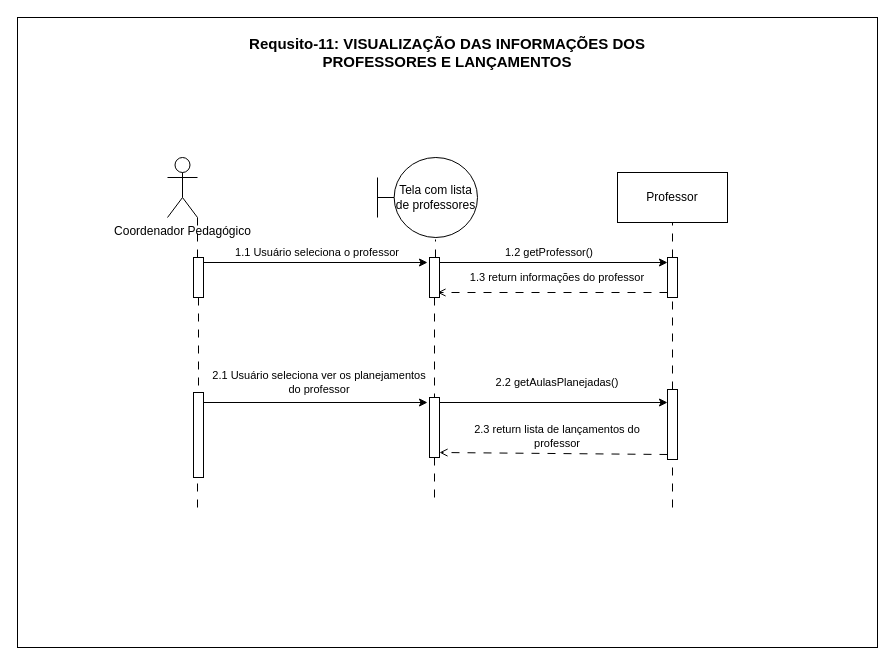
LizReis/An-lise-de-Sistemas keeps this draw.io diagram as Requisito-11.drawio. Above is the earlier version. Source tidied: cells renumbered, new cells numbered last; positions are measured from the earlier drawing's top-left corner, leaving out a move shared by most shapes. Both pictures are drawn from the tidied source at 100%, with x=0, y=0 at pixel (17, 17).
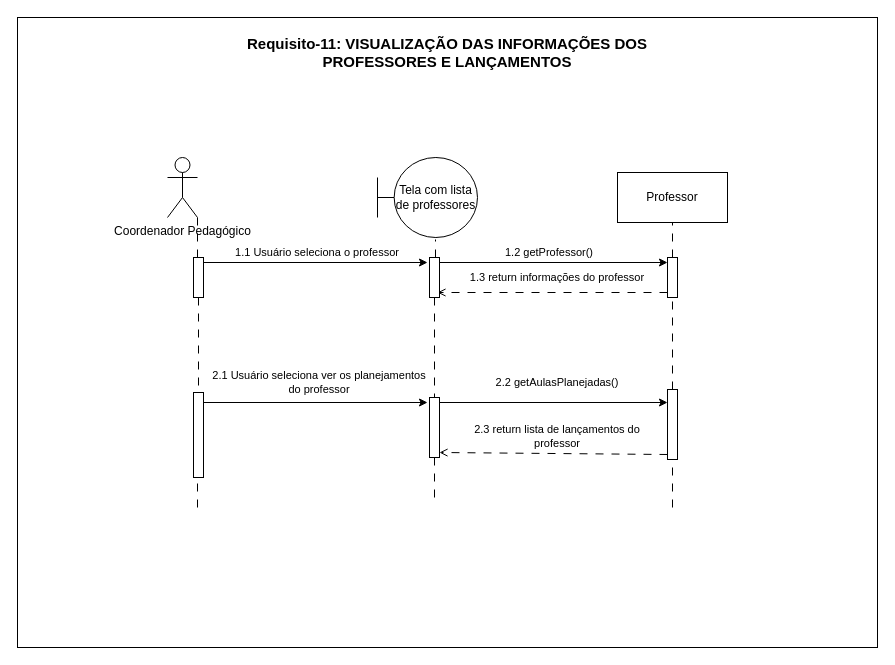
Above is the later version.

Change to the diagram source:
```diff
@@
-    <mxCell id="23" value="Requsito-11: VISUALIZAÇÃO DAS INFORMAÇÕES DOS PROFESSORES E LANÇAMENTOS" style="text;html=1;align=center;verticalAlign=middle;whiteSpace=wrap;rounded=0;fontStyle=1;fontSize=15;" parent="1" vertex="1">
+    <mxCell id="23" value="Requisito-11: VISUALIZAÇÃO DAS INFORMAÇÕES DOS PROFESSORES E LANÇAMENTOS" style="text;html=1;align=center;verticalAlign=middle;whiteSpace=wrap;rounded=0;fontStyle=1;fontSize=15;" parent="1" vertex="1">
       <mxGeometry x="195" y="20" width="470" height="30" as="geometry" />
     </mxCell>
```
